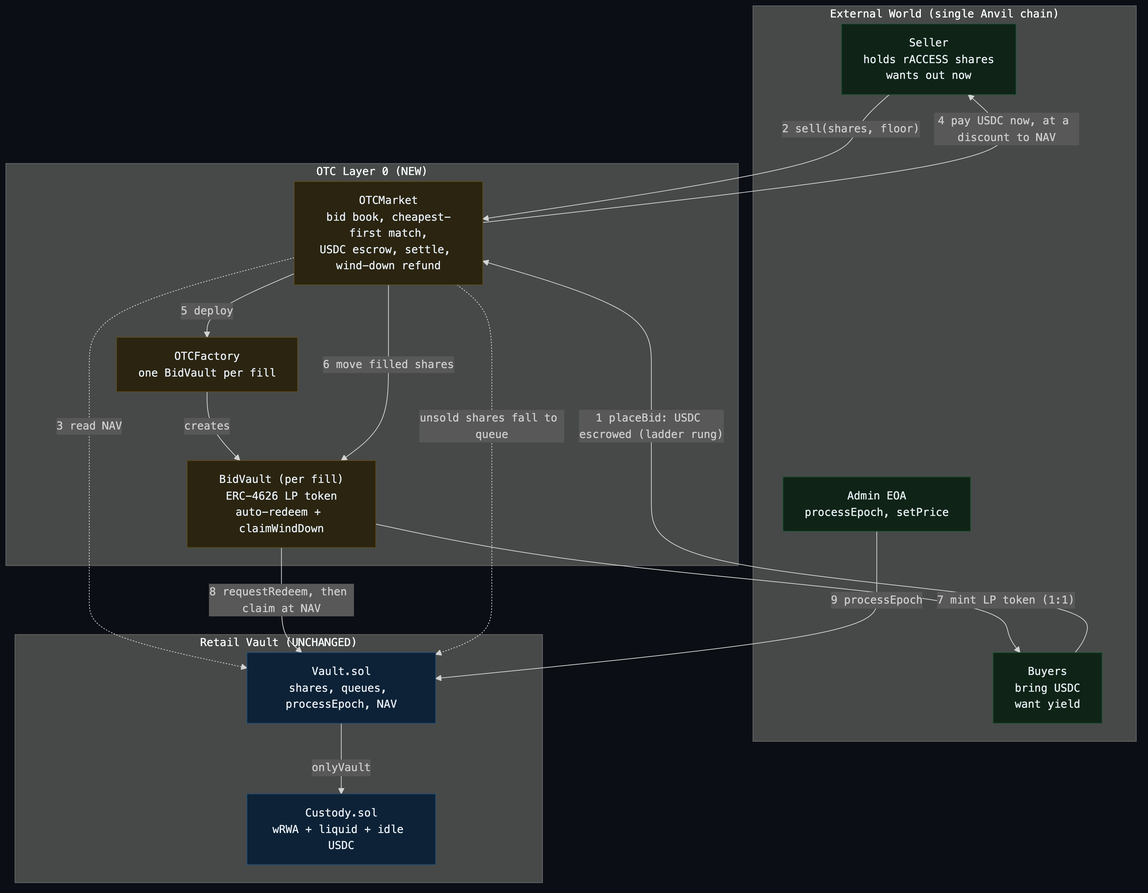
Before: docs/02-architecture/diagrams/otc-architecture.png, a diagram exported from Mermaid (jesse-nhatcl/retail-vault-v1). Its source is kept beside it as docs/02-architecture/diagrams/otc-architecture.mmd.
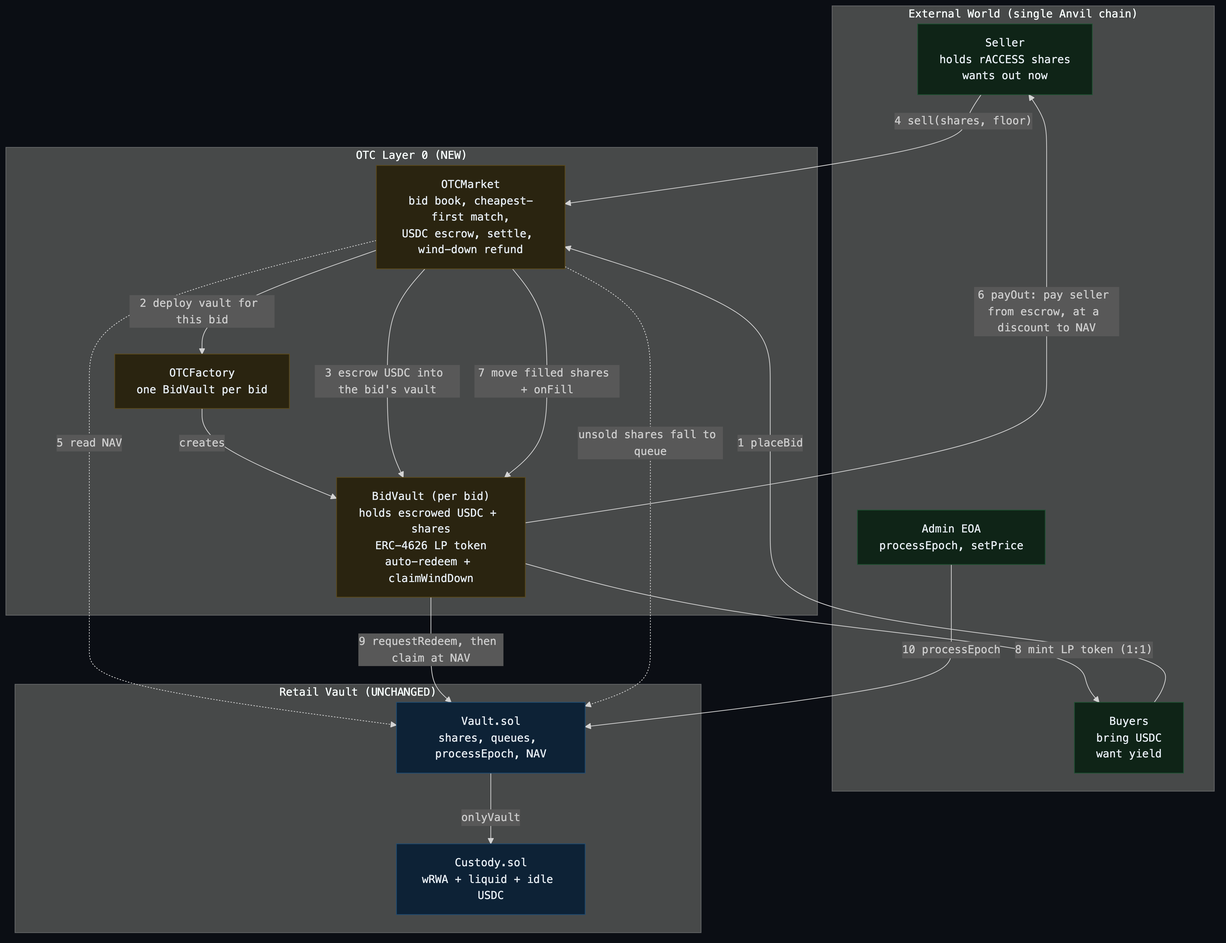
After the change.

Commit message:
docs: per-bid OTC design docs, diagrams, README

Change to the diagram source:
```diff
@@ -7,24 +7,25 @@
   end
   subgraph OTCL["OTC Layer 0 (NEW)"]
     MKT["OTCMarket<br/>bid book, cheapest-first match,<br/>USDC escrow, settle, wind-down refund"]
-    FAC["OTCFactory<br/>one BidVault per fill"]
-    BV["BidVault (per fill)<br/>ERC-4626 LP token<br/>auto-redeem + claimWindDown"]
+    FAC["OTCFactory<br/>one BidVault per bid"]
+    BV["BidVault (per bid)<br/>holds escrowed USDC + shares<br/>ERC-4626 LP token<br/>auto-redeem + claimWindDown"]
   end
   subgraph CORE["Retail Vault (UNCHANGED)"]
     VAULT["Vault.sol<br/>shares, queues, processEpoch, NAV"]
     CUST["Custody.sol<br/>wRWA + liquid + idle USDC"]
   end
 
-  BUYER -->|"1 placeBid: USDC escrowed (ladder rung)"| MKT
-  SELLER -->|"2 sell(shares, floor)"| MKT
-  MKT -.->|"3 read NAV"| VAULT
-  MKT -->|"4 pay USDC now, at a discount to NAV"| SELLER
-  MKT -->|"5 deploy"| FAC
+  BUYER -->|"1 placeBid"| MKT
+  MKT -->|"2 deploy vault for this bid"| FAC
   FAC -->|"creates"| BV
-  MKT -->|"6 move filled shares"| BV
-  BV -->|"7 mint LP token (1:1)"| BUYER
-  BV -->|"8 requestRedeem, then claim at NAV"| VAULT
-  ADMIN -->|"9 processEpoch"| VAULT
+  MKT -->|"3 escrow USDC into the bid's vault"| BV
+  SELLER -->|"4 sell(shares, floor)"| MKT
+  MKT -.->|"5 read NAV"| VAULT
+  BV -->|"6 payOut: pay seller from escrow, at a discount to NAV"| SELLER
+  MKT -->|"7 move filled shares + onFill"| BV
+  BV -->|"8 mint LP token (1:1)"| BUYER
+  BV -->|"9 requestRedeem, then claim at NAV"| VAULT
+  ADMIN -->|"10 processEpoch"| VAULT
   MKT -.->|"unsold shares fall to queue"| VAULT
   VAULT -->|"onlyVault"| CUST
 
```
